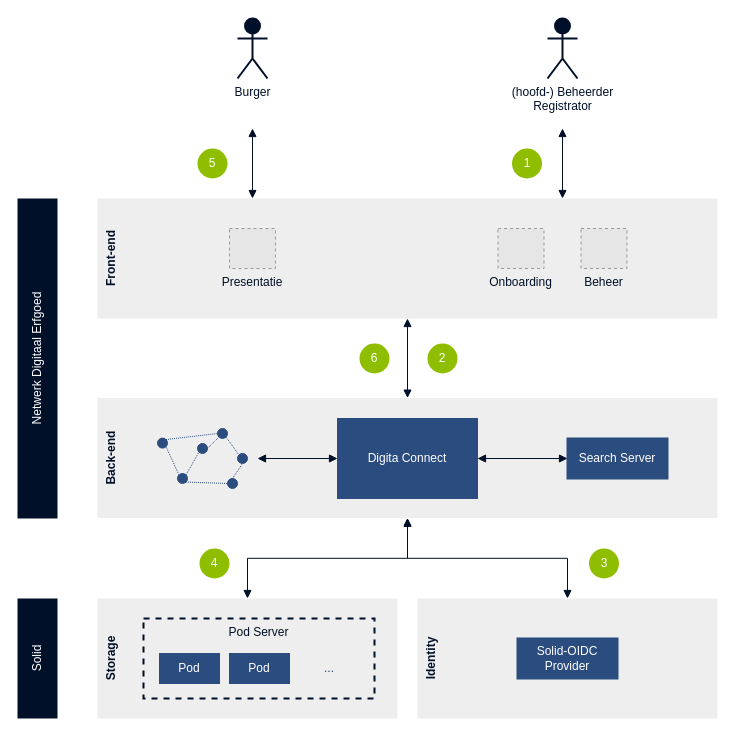
Above: docs/modules/ROOT/images/architecture.drawio in netwerk-digitaal-erfgoed/solid-crs (draw.io), before the change. Source tidied: cells renumbered, new cells numbered last; positions are measured from the earlier drawing's top-left corner, leaving out a move shared by most shapes. Both pictures are drawn from the tidied source at 100%, with x=0, y=0 at pixel (-123, 18). Pictures stored in the file or linked from it are replaced by grey dashed boxes.
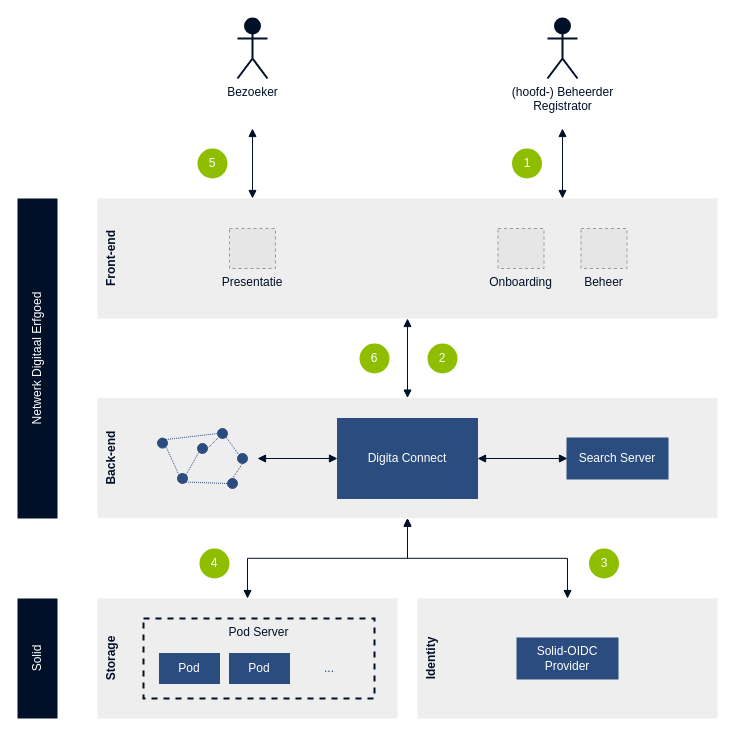
Above is the later version.

Commit message (it also covers changes not shown here):
docs: renamed burger to bezoeker

The edit, as a diff of the source:
```diff
@@
-    <mxCell id="5" value="Burger" style="shape=umlActor;verticalLabelPosition=bottom;verticalAlign=top;html=1;strokeWidth=2;fontColor=#001028;fillColor=#001028;strokeColor=#001028;" parent="1" vertex="1">
+    <mxCell id="5" value="Bezoeker" style="shape=umlActor;verticalLabelPosition=bottom;verticalAlign=top;html=1;strokeWidth=2;fontColor=#001028;fillColor=#001028;strokeColor=#001028;" parent="1" vertex="1">
       <mxGeometry x="360" width="30" height="60" as="geometry" />
     </mxCell>
```
